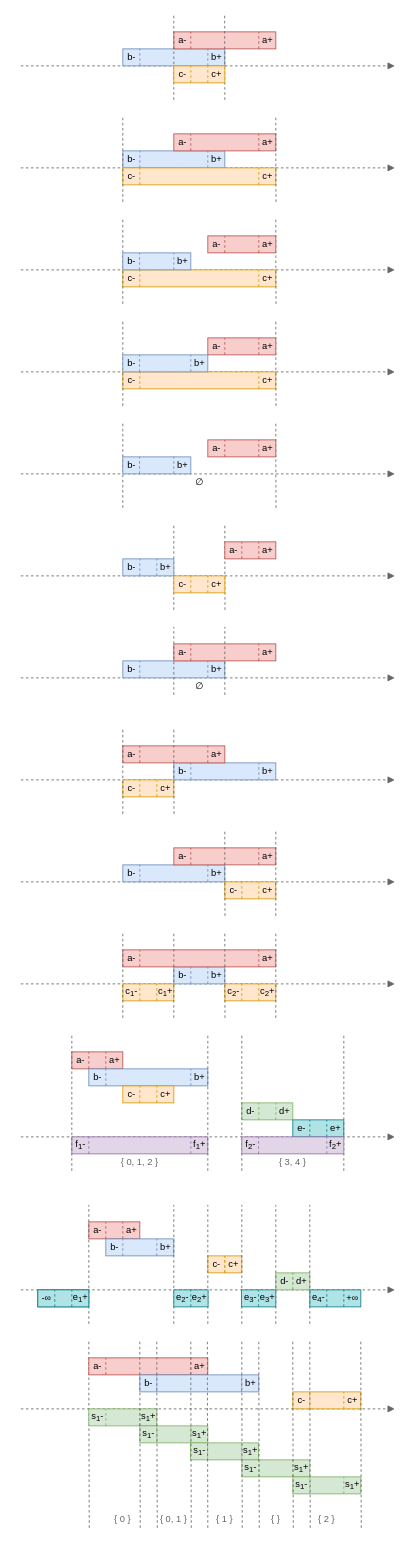
The draw.io diagram page "Algorithms" (5 of 7) of res/resources.drawio in gchudnov/mindthegap, before the edit. Source tidied: cells renumbered, new cells numbered last; positions are measured from the earlier drawing's top-left corner, leaving out a move shared by most shapes. Both pictures are drawn from the tidied source at 85%, with x=0, y=0 at pixel (20, 14).
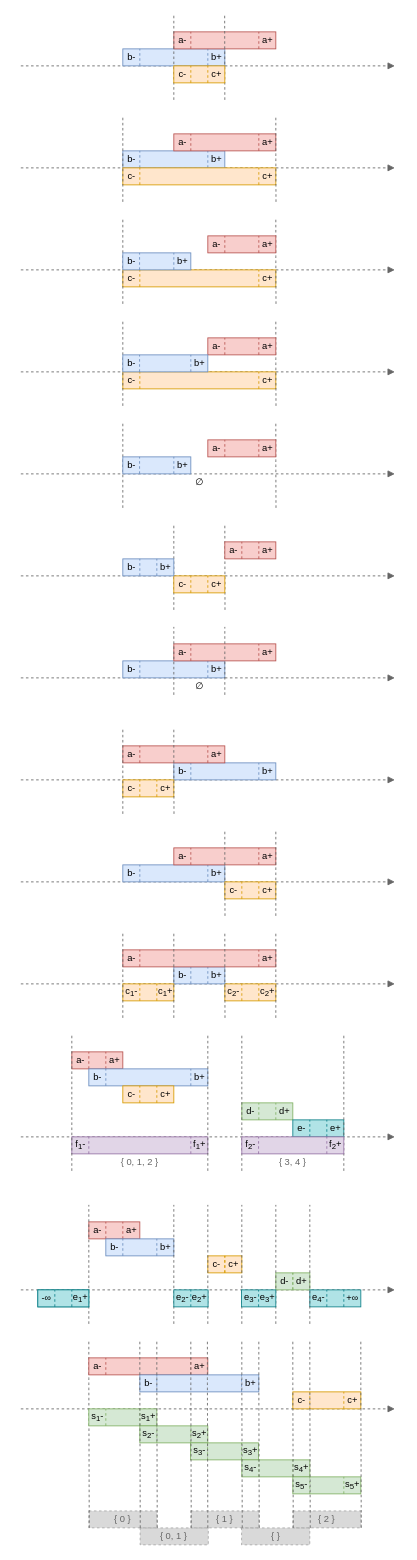
The same page after the edit.

The change refers to these unchanged cells:
```xml
<mxCell id="316" style="group;" parent="1" vertex="1">
  <mxGeometry x="140" y="1660" width="80" height="20" as="geometry" />
</mxCell>
<mxCell id="322" style="group;" parent="1" vertex="1">
  <mxGeometry x="199.7" y="1680" width="80" height="20" as="geometry" />
</mxCell>
<mxCell id="328" style="group;" parent="1" vertex="1">
  <mxGeometry x="260" y="1700" width="80" height="20" as="geometry" />
</mxCell>
<mxCell id="334" style="group;" parent="1" vertex="1">
  <mxGeometry x="320" y="1720" width="80" height="20" as="geometry" />
</mxCell>
```

The edit, as a diff of the source:
```diff
@@
+    <mxCell id="372" style="rounded=0;whiteSpace=wrap;html=1;dashed=1;strokeColor=#666666;fillStyle=solid;fillColor=#B3B3B3;fontSize=7;opacity=50;" parent="1" vertex="1">
+      <mxGeometry x="259.7" y="1780" width="80.3" height="20" as="geometry" />
+    </mxCell>
+    <mxCell id="373" style="rounded=0;whiteSpace=wrap;html=1;dashed=1;strokeColor=#666666;fillStyle=solid;fillColor=#B3B3B3;fontSize=7;opacity=50;" parent="1" vertex="1">
+      <mxGeometry x="140.3" y="1780" width="80.3" height="20" as="geometry" />
+    </mxCell>
+    <mxCell id="374" style="rounded=0;whiteSpace=wrap;html=1;dashed=1;strokeColor=#666666;fillStyle=solid;fillColor=#B3B3B3;fontSize=7;opacity=50;" parent="1" vertex="1">
+      <mxGeometry x="80" y="1760" width="80.3" height="20" as="geometry" />
+    </mxCell>
+    <mxCell id="375" style="rounded=0;whiteSpace=wrap;html=1;dashed=1;strokeColor=#666666;fillStyle=solid;fillColor=#B3B3B3;fontSize=7;opacity=50;" parent="1" vertex="1">
+      <mxGeometry x="200" y="1760" width="80.3" height="20" as="geometry" />
+    </mxCell>
+    <mxCell id="376" style="rounded=0;whiteSpace=wrap;html=1;dashed=1;strokeColor=#666666;fillStyle=solid;fillColor=#B3B3B3;fontSize=7;opacity=50;" parent="1" vertex="1">
+      <mxGeometry x="320" y="1760" width="80.3" height="20" as="geometry" />
+    </mxCell>
@@
-    <mxCell id="318" value="&lt;p style=&quot;line-height: 1.2&quot;&gt;s&lt;sub&gt;1&lt;/sub&gt;-&lt;/p&gt;" style="text;html=1;strokeColor=none;fillColor=none;align=center;verticalAlign=middle;rounded=0;fontSize=11;labelPosition=center;verticalLabelPosition=middle;horizontal=1;" parent="316" vertex="1">
+    <mxCell id="318" value="&lt;p style=&quot;line-height: 1.2&quot;&gt;s&lt;sub&gt;2&lt;/sub&gt;-&lt;/p&gt;" style="text;html=1;strokeColor=none;fillColor=none;align=center;verticalAlign=middle;rounded=0;fontSize=11;labelPosition=center;verticalLabelPosition=middle;horizontal=1;" parent="316" vertex="1">
       <mxGeometry width="20" height="20" as="geometry" />
     </mxCell>
-    <mxCell id="319" value="s&lt;sub&gt;1&lt;/sub&gt;+" style="text;html=1;strokeColor=none;fillColor=none;align=center;verticalAlign=middle;rounded=0;fontSize=11;spacing=2;" parent="316" vertex="1">
+    <mxCell id="319" value="s&lt;sub&gt;2&lt;/sub&gt;+" style="text;html=1;strokeColor=none;fillColor=none;align=center;verticalAlign=middle;rounded=0;fontSize=11;spacing=2;" parent="316" vertex="1">
       <mxGeometry x="60" width="20" height="20" as="geometry" />
     </mxCell>
@@
-    <mxCell id="324" value="&lt;p style=&quot;line-height: 1.2&quot;&gt;s&lt;sub&gt;1&lt;/sub&gt;-&lt;/p&gt;" style="text;html=1;strokeColor=none;fillColor=none;align=center;verticalAlign=middle;rounded=0;fontSize=11;labelPosition=center;verticalLabelPosition=middle;horizontal=1;" parent="322" vertex="1">
+    <mxCell id="324" value="&lt;p style=&quot;line-height: 1.2&quot;&gt;s&lt;sub&gt;3&lt;/sub&gt;-&lt;/p&gt;" style="text;html=1;strokeColor=none;fillColor=none;align=center;verticalAlign=middle;rounded=0;fontSize=11;labelPosition=center;verticalLabelPosition=middle;horizontal=1;" parent="322" vertex="1">
       <mxGeometry width="20" height="20" as="geometry" />
     </mxCell>
-    <mxCell id="325" value="s&lt;sub&gt;1&lt;/sub&gt;+" style="text;html=1;strokeColor=none;fillColor=none;align=center;verticalAlign=middle;rounded=0;fontSize=11;spacing=2;" parent="322" vertex="1">
+    <mxCell id="325" value="s&lt;sub&gt;3&lt;/sub&gt;+" style="text;html=1;strokeColor=none;fillColor=none;align=center;verticalAlign=middle;rounded=0;fontSize=11;spacing=2;" parent="322" vertex="1">
       <mxGeometry x="60" width="20" height="20" as="geometry" />
     </mxCell>
@@
-    <mxCell id="330" value="&lt;p style=&quot;line-height: 1.2&quot;&gt;s&lt;sub&gt;1&lt;/sub&gt;-&lt;/p&gt;" style="text;html=1;strokeColor=none;fillColor=none;align=center;verticalAlign=middle;rounded=0;fontSize=11;labelPosition=center;verticalLabelPosition=middle;horizontal=1;" parent="328" vertex="1">
+    <mxCell id="330" value="&lt;p style=&quot;line-height: 1.2&quot;&gt;s&lt;sub&gt;4&lt;/sub&gt;-&lt;/p&gt;" style="text;html=1;strokeColor=none;fillColor=none;align=center;verticalAlign=middle;rounded=0;fontSize=11;labelPosition=center;verticalLabelPosition=middle;horizontal=1;" parent="328" vertex="1">
       <mxGeometry width="20" height="20" as="geometry" />
     </mxCell>
-    <mxCell id="331" value="s&lt;sub&gt;1&lt;/sub&gt;+" style="text;html=1;strokeColor=none;fillColor=none;align=center;verticalAlign=middle;rounded=0;fontSize=11;spacing=2;" parent="328" vertex="1">
+    <mxCell id="331" value="s&lt;sub&gt;4&lt;/sub&gt;+" style="text;html=1;strokeColor=none;fillColor=none;align=center;verticalAlign=middle;rounded=0;fontSize=11;spacing=2;" parent="328" vertex="1">
       <mxGeometry x="60" width="20" height="20" as="geometry" />
     </mxCell>
@@
-    <mxCell id="336" value="&lt;p style=&quot;line-height: 1.2&quot;&gt;s&lt;sub&gt;1&lt;/sub&gt;-&lt;/p&gt;" style="text;html=1;strokeColor=none;fillColor=none;align=center;verticalAlign=middle;rounded=0;fontSize=11;labelPosition=center;verticalLabelPosition=middle;horizontal=1;" parent="334" vertex="1">
+    <mxCell id="336" value="&lt;p style=&quot;line-height: 1.2&quot;&gt;s&lt;sub&gt;5&lt;/sub&gt;-&lt;/p&gt;" style="text;html=1;strokeColor=none;fillColor=none;align=center;verticalAlign=middle;rounded=0;fontSize=11;labelPosition=center;verticalLabelPosition=middle;horizontal=1;" parent="334" vertex="1">
       <mxGeometry width="20" height="20" as="geometry" />
     </mxCell>
-    <mxCell id="337" value="s&lt;sub&gt;1&lt;/sub&gt;+" style="text;html=1;strokeColor=none;fillColor=none;align=center;verticalAlign=middle;rounded=0;fontSize=11;spacing=2;" parent="334" vertex="1">
+    <mxCell id="337" value="s&lt;sub&gt;5&lt;/sub&gt;+" style="text;html=1;strokeColor=none;fillColor=none;align=center;verticalAlign=middle;rounded=0;fontSize=11;spacing=2;" parent="334" vertex="1">
       <mxGeometry x="60" width="20" height="20" as="geometry" />
     </mxCell>
@@
     <mxCell id="359" value="{ 0, 1 }" style="text;html=1;strokeColor=none;fillColor=none;align=center;verticalAlign=middle;whiteSpace=wrap;rounded=0;fontColor=#666666;fontSize=11;" parent="1" vertex="1">
-      <mxGeometry x="150" y="1760" width="60" height="20" as="geometry" />
+      <mxGeometry x="150.4" y="1780" width="60" height="20" as="geometry" />
     </mxCell>
@@
     <mxCell id="361" value="{ }" style="text;html=1;strokeColor=none;fillColor=none;align=center;verticalAlign=middle;whiteSpace=wrap;rounded=0;fontColor=#666666;fontSize=11;" parent="1" vertex="1">
-      <mxGeometry x="270" y="1760" width="60" height="20" as="geometry" />
+      <mxGeometry x="269.7" y="1780" width="60" height="20" as="geometry" />
     </mxCell>
```
